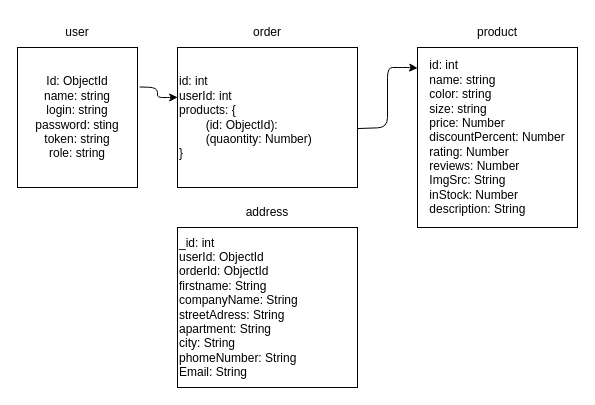
Earlier version of the draw.io diagram db.drawio (koldovsky/2024-itstep-next-team-02). Source tidied: cells renumbered, new cells numbered last; positions are measured from the earlier drawing's top-left corner, leaving out a move shared by most shapes. Both pictures are drawn from the tidied source at 100%, with x=0, y=0 at pixel (17, 17).
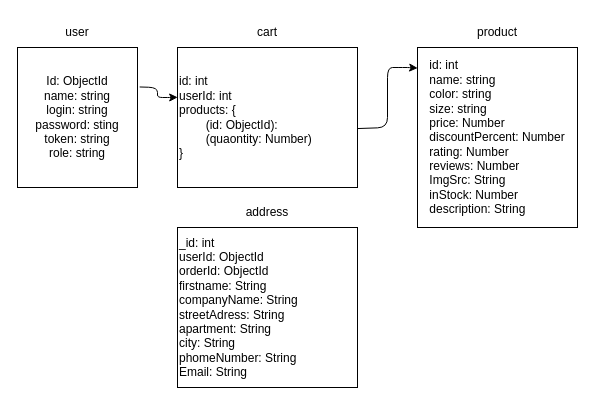
The same page after the edit.

What changed in the source:
```diff
@@
 <mxGraphModel>
   <root>
     <mxCell id="0" />
     <mxCell id="1" parent="0" />
     <mxCell id="2" style="edgeStyle=none;html=1;exitX=1.018;exitY=0.282;exitDx=0;exitDy=0;exitPerimeter=0;entryX=0.001;entryY=0.356;entryDx=0;entryDy=0;entryPerimeter=0;" parent="1" edge="1" source="3" target="8">
       <mxGeometry relative="1" as="geometry">
         <Array as="points">
           <mxPoint x="140" y="70" />
           <mxPoint x="140" y="80" />
           <mxPoint x="150" y="80" />
         </Array>
       </mxGeometry>
     </mxCell>
     <mxCell id="3" value="Id: ObjectId&lt;br&gt;name: string&lt;br&gt;login: string&lt;br&gt;password: sting&lt;br&gt;token: string&lt;br&gt;role: string" style="rounded=0;whiteSpace=wrap;html=1;" parent="1" vertex="1">
       <mxGeometry y="30" width="120" height="140" as="geometry" />
     </mxCell>
     <mxCell id="4" value="user" style="text;html=1;strokeColor=none;fillColor=none;align=center;verticalAlign=middle;whiteSpace=wrap;rounded=0;" parent="1" vertex="1">
       <mxGeometry x="30" width="60" height="30" as="geometry" />
     </mxCell>
     <mxCell id="5" value="&lt;div style=&quot;text-align: left;&quot;&gt;&lt;span style=&quot;background-color: initial;&quot;&gt;id: int&lt;/span&gt;&lt;/div&gt;&lt;div style=&quot;text-align: left;&quot;&gt;&lt;span style=&quot;background-color: initial;&quot;&gt;name: string&lt;/span&gt;&lt;/div&gt;&lt;div style=&quot;text-align: left;&quot;&gt;&lt;span style=&quot;background-color: initial;&quot;&gt;color: string&lt;/span&gt;&lt;/div&gt;&lt;div style=&quot;text-align: left;&quot;&gt;&lt;span style=&quot;background-color: initial;&quot;&gt;size: string&lt;/span&gt;&lt;/div&gt;&lt;div style=&quot;text-align: left;&quot;&gt;&lt;span style=&quot;background-color: initial;&quot;&gt;price: Number&lt;/span&gt;&lt;/div&gt;&lt;div style=&quot;text-align: left;&quot;&gt;discountPercent: Number&lt;span style=&quot;background-color: initial;&quot;&gt;&lt;br&gt;&lt;/span&gt;&lt;/div&gt;&lt;div style=&quot;text-align: left;&quot;&gt;&lt;span style=&quot;background-color: initial;&quot;&gt;rating: Number&lt;/span&gt;&lt;/div&gt;&lt;div style=&quot;text-align: left;&quot;&gt;&lt;span style=&quot;background-color: initial;&quot;&gt;reviews: Number&lt;/span&gt;&lt;/div&gt;&lt;div style=&quot;text-align: left;&quot;&gt;&lt;span style=&quot;background-color: initial;&quot;&gt;ImgSrc: String&lt;/span&gt;&lt;/div&gt;&lt;div style=&quot;text-align: left;&quot;&gt;&lt;span style=&quot;background-color: initial;&quot;&gt;inStock: Number&lt;/span&gt;&lt;/div&gt;&lt;div style=&quot;text-align: left;&quot;&gt;description: String&lt;/div&gt;" style="rounded=0;whiteSpace=wrap;html=1;" parent="1" vertex="1">
       <mxGeometry x="400" y="30" width="160" height="180" as="geometry" />
     </mxCell>
     <mxCell id="6" value="product" style="text;html=1;strokeColor=none;fillColor=none;align=center;verticalAlign=middle;whiteSpace=wrap;rounded=0;" parent="1" vertex="1">
       <mxGeometry x="450" width="60" height="30" as="geometry" />
     </mxCell>
     <mxCell id="7" style="edgeStyle=none;html=1;entryX=0.001;entryY=0.114;entryDx=0;entryDy=0;entryPerimeter=0;exitX=1.001;exitY=0.579;exitDx=0;exitDy=0;exitPerimeter=0;" parent="1" edge="1" source="8" target="5">
       <mxGeometry relative="1" as="geometry">
         <Array as="points">
           <mxPoint x="370" y="110" />
           <mxPoint x="370" y="50" />
           <mxPoint x="380" y="50" />
           <mxPoint x="390" y="50" />
         </Array>
       </mxGeometry>
     </mxCell>
     <mxCell id="8" value="id: int&lt;br&gt;userId: int&lt;br&gt;products: {&lt;br&gt;&lt;span style=&quot;&quot;&gt;&#9;&lt;/span&gt;&lt;span style=&quot;white-space: pre;&quot;&gt;&#9;&lt;/span&gt;(id:&amp;nbsp;&lt;span style=&quot;text-align: center;&quot;&gt;ObjectId):&lt;br&gt;&amp;nbsp;&lt;span style=&quot;white-space: pre;&quot;&gt;&#9;&lt;/span&gt;(quaontity: Number)&lt;br&gt;&lt;/span&gt;}" style="rounded=0;whiteSpace=wrap;html=1;align=left;" parent="1" vertex="1">
       <mxGeometry x="160" y="30" width="180" height="140" as="geometry" />
     </mxCell>
-    <mxCell id="9" value="order" style="text;html=1;strokeColor=none;fillColor=none;align=center;verticalAlign=middle;whiteSpace=wrap;rounded=0;" parent="1" vertex="1">
+    <mxCell id="9" value="cart" style="text;html=1;strokeColor=none;fillColor=none;align=center;verticalAlign=middle;whiteSpace=wrap;rounded=0;" parent="1" vertex="1">
       <mxGeometry x="220" width="60" height="30" as="geometry" />
     </mxCell>
     <mxCell id="10" value="_id: int&lt;br&gt;userId:&amp;nbsp;&lt;span style=&quot;text-align: center;&quot;&gt;ObjectId&lt;/span&gt;&lt;br&gt;orderId:&amp;nbsp;&lt;span style=&quot;text-align: center;&quot;&gt;ObjectId&lt;br&gt;firstname: String&lt;br&gt;companyName: String&lt;br&gt;streetAdress: String&lt;br&gt;apartment: String&lt;br&gt;city: String&lt;br&gt;phomeNumber: String&lt;br&gt;Email: String&lt;br&gt;&lt;/span&gt;" style="rounded=0;whiteSpace=wrap;html=1;align=left;" parent="1" vertex="1">
       <mxGeometry x="160" y="210" width="180" height="160" as="geometry" />
     </mxCell>
     <mxCell id="11" value="address" style="text;html=1;strokeColor=none;fillColor=none;align=center;verticalAlign=middle;whiteSpace=wrap;rounded=0;" parent="1" vertex="1">
       <mxGeometry x="220" y="180" width="60" height="30" as="geometry" />
     </mxCell>
   </root>
 </mxGraphModel>
```
